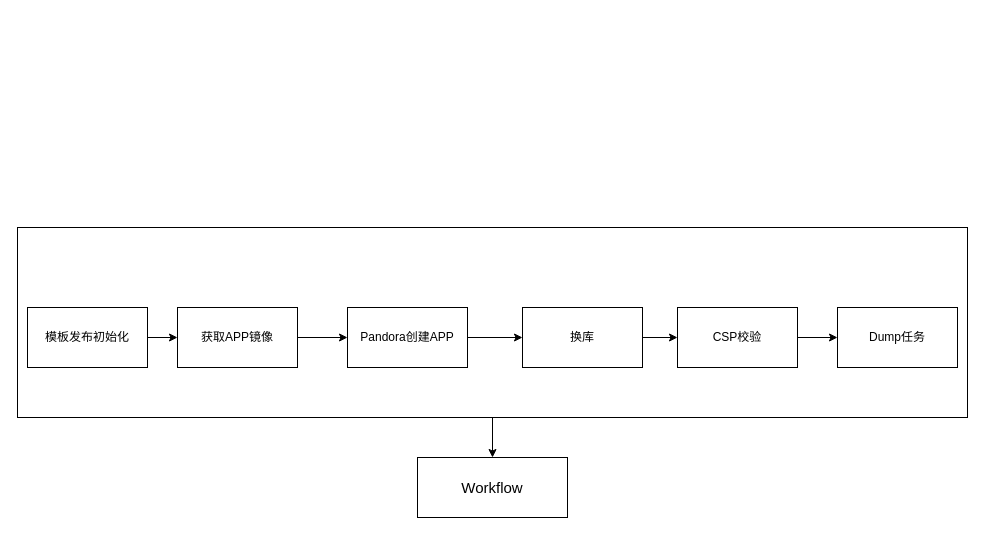
The draw.io diagram target流程.drawio in March-chen/drawio-project, before the edit. Source tidied: cells renumbered, new cells numbered last; positions are measured from the earlier drawing's top-left corner, leaving out a move shared by most shapes. Both pictures are drawn from the tidied source at 100%, with x=0, y=0 at pixel (17, 227).
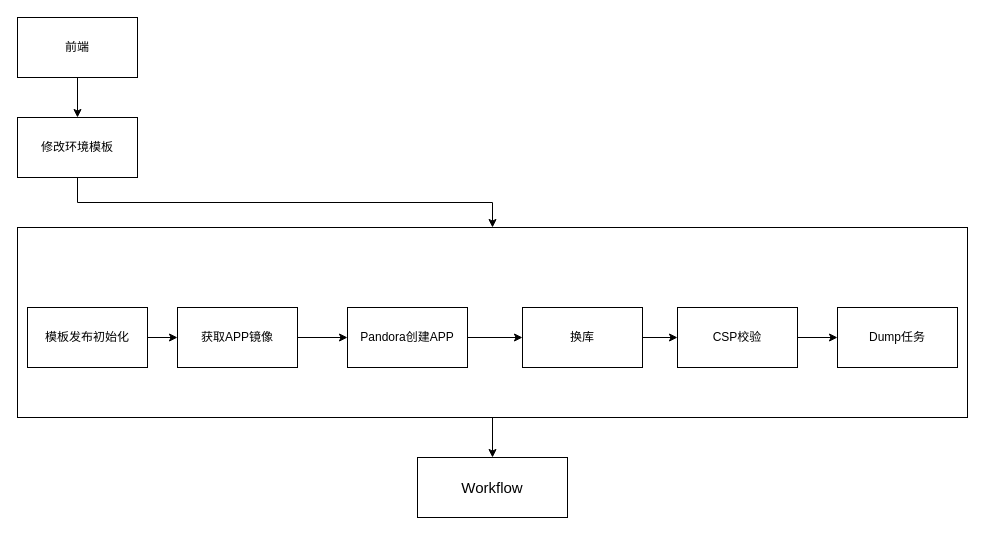
The same diagram, later.

What changed in the source:
```diff
@@
 <mxGraphModel>
   <root>
     <mxCell id="0" />
     <mxCell id="1" parent="0" />
     <mxCell id="2" value="&lt;font style=&quot;font-size: 15px;&quot;&gt;Workflow&lt;/font&gt;" style="rounded=0;whiteSpace=wrap;html=1;" parent="1" vertex="1">
       <mxGeometry x="400" y="230" width="150" height="60" as="geometry" />
     </mxCell>
     <mxCell id="3" style="edgeStyle=orthogonalEdgeStyle;rounded=0;jettySize=auto;html=1;" parent="1" edge="1" source="4" target="8">
       <mxGeometry relative="1" as="geometry" />
     </mxCell>
     <mxCell id="4" value="获取APP镜像" style="rounded=0;whiteSpace=wrap;html=1;" parent="1" vertex="1">
       <mxGeometry x="160" y="80" width="120" height="60" as="geometry" />
     </mxCell>
     <mxCell id="5" style="edgeStyle=orthogonalEdgeStyle;rounded=0;jettySize=auto;html=1;" parent="1" edge="1" source="6" target="4">
       <mxGeometry relative="1" as="geometry" />
     </mxCell>
     <mxCell id="6" value="模板发布初始化" style="rounded=0;whiteSpace=wrap;html=1;" parent="1" vertex="1">
       <mxGeometry x="10" y="80" width="120" height="60" as="geometry" />
     </mxCell>
     <mxCell id="7" style="edgeStyle=orthogonalEdgeStyle;rounded=0;jettySize=auto;html=1;" parent="1" edge="1" source="8" target="10">
       <mxGeometry relative="1" as="geometry" />
     </mxCell>
     <mxCell id="8" value="Pandora创建APP" style="rounded=0;whiteSpace=wrap;html=1;" parent="1" vertex="1">
       <mxGeometry x="330" y="80" width="120" height="60" as="geometry" />
     </mxCell>
     <mxCell id="9" style="edgeStyle=orthogonalEdgeStyle;rounded=0;jettySize=auto;html=1;" parent="1" edge="1" source="10" target="12">
       <mxGeometry relative="1" as="geometry" />
     </mxCell>
     <mxCell id="10" value="换库" style="rounded=0;whiteSpace=wrap;html=1;" parent="1" vertex="1">
       <mxGeometry x="505" y="80" width="120" height="60" as="geometry" />
     </mxCell>
     <mxCell id="11" style="edgeStyle=orthogonalEdgeStyle;rounded=0;jettySize=auto;html=1;" parent="1" edge="1" source="12" target="13">
       <mxGeometry relative="1" as="geometry" />
     </mxCell>
     <mxCell id="12" value="CSP校验" style="rounded=0;whiteSpace=wrap;html=1;" parent="1" vertex="1">
       <mxGeometry x="660" y="80" width="120" height="60" as="geometry" />
     </mxCell>
     <mxCell id="13" value="Dump任务" style="rounded=0;whiteSpace=wrap;html=1;" parent="1" vertex="1">
       <mxGeometry x="820" y="80" width="120" height="60" as="geometry" />
     </mxCell>
     <mxCell id="14" style="edgeStyle=orthogonalEdgeStyle;rounded=0;jettySize=auto;html=1;" parent="1" edge="1" source="15" target="2">
       <mxGeometry relative="1" as="geometry" />
     </mxCell>
     <mxCell id="15" style="rounded=0;whiteSpace=wrap;html=1;fillColor=none;" parent="1" vertex="1">
       <mxGeometry width="950" height="190" as="geometry" />
     </mxCell>
+    <mxCell id="16" style="edgeStyle=orthogonalEdgeStyle;rounded=0;jettySize=auto;html=1;" parent="1" edge="1" source="17" target="19">
+      <mxGeometry relative="1" as="geometry" />
+    </mxCell>
+    <mxCell id="17" value="前端" style="rounded=0;whiteSpace=wrap;html=1;" parent="1" vertex="1">
+      <mxGeometry y="-210" width="120" height="60" as="geometry" />
+    </mxCell>
+    <mxCell id="18" style="edgeStyle=orthogonalEdgeStyle;rounded=0;jettySize=auto;html=1;" parent="1" edge="1" source="19" target="15">
+      <mxGeometry relative="1" as="geometry" />
+    </mxCell>
+    <mxCell id="19" value="修改环境模板" style="rounded=0;whiteSpace=wrap;html=1;" parent="1" vertex="1">
+      <mxGeometry y="-110" width="120" height="60" as="geometry" />
+    </mxCell>
   </root>
 </mxGraphModel>
```
